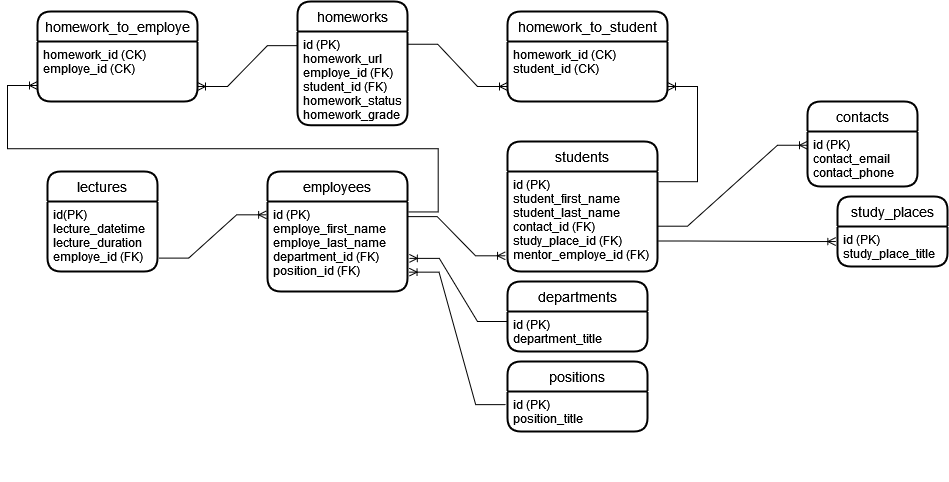
Above: part2/KolesaDB.drawio.png in Kolesa-Education/kolesa-upgrade-homework-4 (draw.io), before the change. Source tidied: cells renumbered, new cells last; positions are measured from the earlier drawing's top-left corner, leaving out a move shared by most shapes.
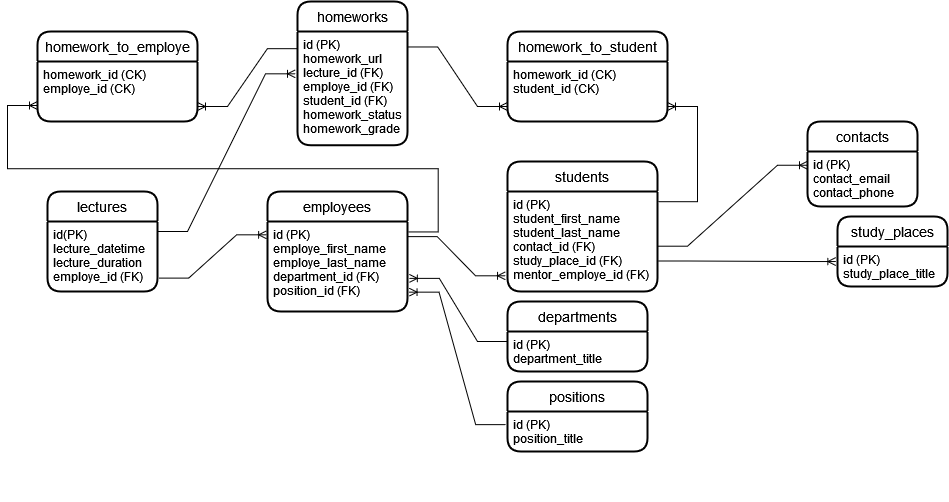
The same diagram one commit later.

Commit message:
выполняю задание 4.2

Change to the diagram source:
```diff
@@ -57,10 +57,10 @@
       <mxGeometry y="30" width="110" height="40" as="geometry" />
     </mxCell>
     <mxCell id="20" value="homeworks" style="swimlane;horizontal=1;startSize=30;rounded=1;fontSize=14;fontStyle=0;strokeWidth=2;shadow=0;dashed=0;align=center;" parent="1" vertex="1">
-      <mxGeometry x="260" width="110" height="123.8" as="geometry" />
+      <mxGeometry x="260" y="-20" width="110" height="143.8" as="geometry" />
     </mxCell>
-    <mxCell id="21" value="id (PK)&#10;homework_url&#10;employe_id (FK)&#10;student_id (FK)&#10;homework_status&#10;homework_grade&#10;&#10;" style="align=left;strokeColor=none;fillColor=none;spacingLeft=4;fontSize=12;verticalAlign=top;" parent="20" vertex="1">
-      <mxGeometry y="30" width="110" height="93.8" as="geometry" />
+    <mxCell id="21" value="id (PK)&#10;homework_url&#10;lecture_id (FK)&#10;employe_id (FK)&#10;student_id (FK)&#10;homework_status&#10;homework_grade&#10;&#10;" style="align=left;strokeColor=none;fillColor=none;spacingLeft=4;fontSize=12;verticalAlign=top;" parent="20" vertex="1">
+      <mxGeometry y="30" width="110" height="113.8" as="geometry" />
     </mxCell>
     <mxCell id="22" style="edgeStyle=entityRelationEdgeStyle;fontSize=12;html=1;endArrow=ERoneToMany;rounded=0;exitX=1.004;exitY=0.695;exitDx=0;exitDy=0;entryX=-0.015;entryY=0.376;entryDx=0;entryDy=0;entryPerimeter=0;exitPerimeter=0;" parent="1" edge="1" source="10" target="19">
       <mxGeometry relative="1" as="geometry" />
@@ -112,5 +112,10 @@
     <mxCell id="37" style="edgeStyle=entityRelationEdgeStyle;fontSize=12;html=1;endArrow=ERoneToMany;rounded=0;entryX=-0.013;entryY=0.843;entryDx=0;entryDy=0;entryPerimeter=0;exitX=0.998;exitY=0.168;exitDx=0;exitDy=0;exitPerimeter=0;" parent="1" edge="1" source="8" target="10">
       <mxGeometry relative="1" as="geometry" />
     </mxCell>
+    <mxCell id="38" style="edgeStyle=entityRelationEdgeStyle;fontSize=12;html=1;endArrow=ERoneToMany;rounded=0;entryX=-0.018;entryY=0.372;entryDx=0;entryDy=0;entryPerimeter=0;" parent="1" edge="1" target="21">
+      <mxGeometry relative="1" as="geometry">
+        <mxPoint x="120" y="210" as="sourcePoint" />
+      </mxGeometry>
+    </mxCell>
   </root>
 </mxGraphModel>
```
